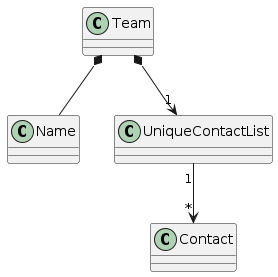
The PlantUML diagram diagrams/TeamClassDiagram.png in AY2324S2-CS2103T-T12-1/tp, before a commit. Its source is kept beside it as diagrams/TeamClassDiagram.puml.
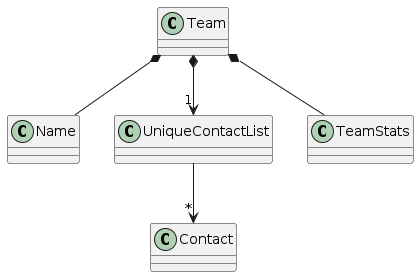
Later version of the same file.

What changed in the source:
```diff
@@ -5,9 +5,11 @@
     class Name
     class UniqueContactList
     class Contact
+    class TeamStats
 
     Team *-- Name
     Team *--> "1" UniqueContactList
-    UniqueContactList "1" --> "*" Contact
+    Team *-- TeamStats
+    UniqueContactList --> "*" Contact
 
 @enduml
```
